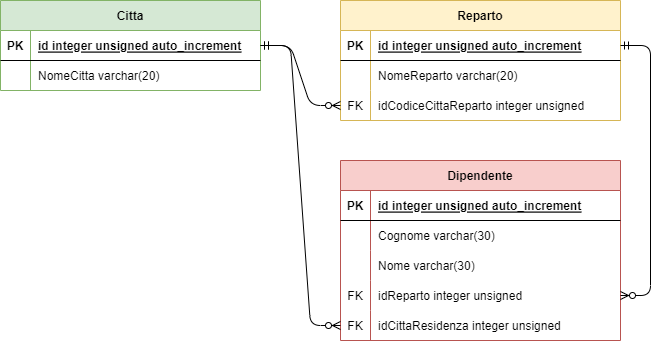
Before: AS_2023_2024/5IA/Informatica/CS01_7pag123/2.0/docs/er.drawio.png, a diagram exported from draw.io (CescoP81/GalileiOstiglia). Source tidied: cells renumbered, new cells last; positions are measured from the earlier drawing's top-left corner, leaving out a move shared by most shapes. Its diagram source:
```xml
<mxGraphModel background="#FFFFFF">
  <root>
    <mxCell id="0" />
    <mxCell id="1" parent="0" />
    <mxCell id="2" value="Reparto" style="shape=table;startSize=30;rowLines=0;fontStyle=1;align=center;fillColor=#fff2cc;strokeColor=#d6b656;" parent="1" vertex="1">
      <mxGeometry x="340" width="280" height="120" as="geometry" />
    </mxCell>
    <mxCell id="3" style="shape=tableRow;horizontal=0;startSize=0;swimlaneHead=0;swimlaneBody=0;fillColor=none;points=[[0,0.5],[1,0.5]];portConstraint=eastwest;top=0;left=0;right=0;bottom=1;" parent="2" vertex="1">
      <mxGeometry y="30" width="280" height="30" as="geometry" />
    </mxCell>
    <mxCell id="4" value="PK" style="shape=partialRectangle;fillColor=none;top=0;left=0;bottom=0;right=0;fontStyle=1;overflow=hidden;" parent="3" vertex="1">
      <mxGeometry width="30" height="30" as="geometry" />
    </mxCell>
    <mxCell id="5" value="id integer unsigned auto_increment" style="shape=partialRectangle;fillColor=none;top=0;left=0;bottom=0;right=0;align=left;spacingLeft=6;fontStyle=5;overflow=hidden;" parent="3" vertex="1">
      <mxGeometry x="30" width="250" height="30" as="geometry" />
    </mxCell>
    <mxCell id="6" style="shape=tableRow;horizontal=0;startSize=0;swimlaneHead=0;swimlaneBody=0;fillColor=none;top=0;left=0;right=0;bottom=0;" parent="2" vertex="1">
      <mxGeometry y="60" width="280" height="30" as="geometry" />
    </mxCell>
    <mxCell id="7" style="shape=partialRectangle;fillColor=none;top=0;left=0;bottom=0;right=0;overflow=hidden;" parent="6" vertex="1">
      <mxGeometry width="30" height="30" as="geometry" />
    </mxCell>
    <mxCell id="8" value="NomeReparto varchar(20)" style="shape=partialRectangle;fillColor=none;top=0;left=0;bottom=0;right=0;align=left;spacingLeft=6;overflow=hidden;" parent="6" vertex="1">
      <mxGeometry x="30" width="250" height="30" as="geometry" />
    </mxCell>
    <mxCell id="9" style="shape=tableRow;horizontal=0;startSize=0;swimlaneHead=0;swimlaneBody=0;fillColor=none;points=[[0,0.5],[1,0.5]];portConstraint=eastwest;top=0;left=0;right=0;bottom=0;" parent="2" vertex="1">
      <mxGeometry y="90" width="280" height="30" as="geometry" />
    </mxCell>
    <mxCell id="10" value="FK" style="shape=partialRectangle;fillColor=none;top=0;left=0;bottom=0;right=0;fontStyle=0;overflow=hidden;" parent="9" vertex="1">
      <mxGeometry width="30" height="30" as="geometry" />
    </mxCell>
    <mxCell id="11" value="idCodiceCittaReparto integer unsigned" style="shape=partialRectangle;fillColor=none;top=0;left=0;bottom=0;right=0;align=left;spacingLeft=6;fontStyle=0;overflow=hidden;" parent="9" vertex="1">
      <mxGeometry x="30" width="250" height="30" as="geometry" />
    </mxCell>
    <mxCell id="12" value="Citta" style="shape=table;startSize=30;rowLines=0;fontStyle=1;align=center;fillColor=#d5e8d4;strokeColor=#82b366;" parent="1" vertex="1">
      <mxGeometry width="260" height="90" as="geometry" />
    </mxCell>
    <mxCell id="13" style="shape=tableRow;horizontal=0;startSize=0;swimlaneHead=0;swimlaneBody=0;fillColor=none;points=[[0,0.5],[1,0.5]];portConstraint=eastwest;top=0;left=0;right=0;bottom=1;" parent="12" vertex="1">
      <mxGeometry y="30" width="260" height="30" as="geometry" />
    </mxCell>
    <mxCell id="14" value="PK" style="shape=partialRectangle;fillColor=none;top=0;left=0;bottom=0;right=0;fontStyle=1;overflow=hidden;" parent="13" vertex="1">
      <mxGeometry width="30" height="30" as="geometry" />
    </mxCell>
    <mxCell id="15" value="id integer unsigned auto_increment" style="shape=partialRectangle;fillColor=none;top=0;left=0;bottom=0;right=0;align=left;spacingLeft=6;fontStyle=5;overflow=hidden;" parent="13" vertex="1">
      <mxGeometry x="30" width="230" height="30" as="geometry" />
    </mxCell>
    <mxCell id="16" style="shape=tableRow;horizontal=0;startSize=0;swimlaneHead=0;swimlaneBody=0;fillColor=none;top=0;left=0;right=0;bottom=0;" parent="12" vertex="1">
      <mxGeometry y="60" width="260" height="30" as="geometry" />
    </mxCell>
    <mxCell id="17" style="shape=partialRectangle;fillColor=none;top=0;left=0;bottom=0;right=0;overflow=hidden;" parent="16" vertex="1">
      <mxGeometry width="30" height="30" as="geometry" />
    </mxCell>
    <mxCell id="18" value="NomeCitta varchar(20)" style="shape=partialRectangle;fillColor=none;top=0;left=0;bottom=0;right=0;align=left;spacingLeft=6;overflow=hidden;" parent="16" vertex="1">
      <mxGeometry x="30" width="230" height="30" as="geometry" />
    </mxCell>
    <mxCell id="19" value="Dipendente" style="shape=table;startSize=30;rowLines=0;fontStyle=1;align=center;fillColor=#f8cecc;strokeColor=#b85450;" parent="1" vertex="1">
      <mxGeometry x="340" y="160" width="280" height="180" as="geometry" />
    </mxCell>
    <mxCell id="20" style="shape=tableRow;horizontal=0;startSize=0;swimlaneHead=0;swimlaneBody=0;fillColor=none;top=0;left=0;right=0;bottom=1;" parent="19" vertex="1">
      <mxGeometry y="30" width="280" height="30" as="geometry" />
    </mxCell>
    <mxCell id="21" value="PK" style="shape=partialRectangle;fillColor=none;top=0;left=0;bottom=0;right=0;fontStyle=1;overflow=hidden;" parent="20" vertex="1">
      <mxGeometry width="30" height="30" as="geometry" />
    </mxCell>
    <mxCell id="22" value="id integer unsigned auto_increment" style="shape=partialRectangle;fillColor=none;top=0;left=0;bottom=0;right=0;align=left;spacingLeft=6;fontStyle=5;overflow=hidden;" parent="20" vertex="1">
      <mxGeometry x="30" width="250" height="30" as="geometry" />
    </mxCell>
    <mxCell id="23" style="shape=tableRow;horizontal=0;startSize=0;swimlaneHead=0;swimlaneBody=0;fillColor=none;top=0;left=0;right=0;bottom=0;" parent="19" vertex="1">
      <mxGeometry y="60" width="280" height="30" as="geometry" />
    </mxCell>
    <mxCell id="24" style="shape=partialRectangle;fillColor=none;top=0;left=0;bottom=0;right=0;overflow=hidden;" parent="23" vertex="1">
      <mxGeometry width="30" height="30" as="geometry" />
    </mxCell>
    <mxCell id="25" value="Cognome varchar(30)" style="shape=partialRectangle;fillColor=none;top=0;left=0;bottom=0;right=0;align=left;spacingLeft=6;overflow=hidden;" parent="23" vertex="1">
      <mxGeometry x="30" width="250" height="30" as="geometry" />
    </mxCell>
    <mxCell id="26" style="shape=tableRow;horizontal=0;startSize=0;swimlaneHead=0;swimlaneBody=0;fillColor=none;top=0;left=0;right=0;bottom=0;" parent="19" vertex="1">
      <mxGeometry y="90" width="280" height="30" as="geometry" />
    </mxCell>
    <mxCell id="27" style="shape=partialRectangle;fillColor=none;top=0;left=0;bottom=0;right=0;overflow=hidden;" parent="26" vertex="1">
      <mxGeometry width="30" height="30" as="geometry" />
    </mxCell>
    <mxCell id="28" value="Nome varchar(30)" style="shape=partialRectangle;fillColor=none;top=0;left=0;bottom=0;right=0;align=left;spacingLeft=6;overflow=hidden;" parent="26" vertex="1">
      <mxGeometry x="30" width="250" height="30" as="geometry" />
    </mxCell>
    <mxCell id="29" style="shape=tableRow;horizontal=0;startSize=0;swimlaneHead=0;swimlaneBody=0;fillColor=none;points=[[0,0.5],[1,0.5]];portConstraint=eastwest;top=0;left=0;right=0;bottom=0;" parent="19" vertex="1">
      <mxGeometry y="120" width="280" height="30" as="geometry" />
    </mxCell>
    <mxCell id="30" value="FK" style="shape=partialRectangle;fillColor=none;top=0;left=0;bottom=0;right=0;fontStyle=0;overflow=hidden;" parent="29" vertex="1">
      <mxGeometry width="30" height="30" as="geometry" />
    </mxCell>
    <mxCell id="31" value="idReparto integer unsigned" style="shape=partialRectangle;fillColor=none;top=0;left=0;bottom=0;right=0;align=left;spacingLeft=6;fontStyle=0;overflow=hidden;" parent="29" vertex="1">
      <mxGeometry x="30" width="250" height="30" as="geometry" />
    </mxCell>
    <mxCell id="32" style="shape=tableRow;horizontal=0;startSize=0;swimlaneHead=0;swimlaneBody=0;fillColor=none;points=[[0,0.5],[1,0.5]];portConstraint=eastwest;top=0;left=0;right=0;bottom=0;" parent="19" vertex="1">
      <mxGeometry y="150" width="280" height="30" as="geometry" />
    </mxCell>
    <mxCell id="33" value="FK" style="shape=partialRectangle;fillColor=none;top=0;left=0;bottom=0;right=0;fontStyle=0;overflow=hidden;" parent="32" vertex="1">
      <mxGeometry width="30" height="30" as="geometry" />
    </mxCell>
    <mxCell id="34" value="idCittaResidenza integer unsigned" style="shape=partialRectangle;fillColor=none;top=0;left=0;bottom=0;right=0;align=left;spacingLeft=6;fontStyle=0;overflow=hidden;" parent="32" vertex="1">
      <mxGeometry x="30" width="250" height="30" as="geometry" />
    </mxCell>
    <mxCell id="35" style="edgeStyle=entityRelationEdgeStyle;fontSize=12;html=1;endArrow=ERzeroToMany;startArrow=ERmandOne;exitX=1;exitY=0.5;exitDx=0;exitDy=0;entryX=0;entryY=0.5;entryDx=0;entryDy=0;" parent="1" edge="1" source="13" target="9">
      <mxGeometry relative="1" as="geometry" />
    </mxCell>
    <mxCell id="36" style="edgeStyle=entityRelationEdgeStyle;fontSize=12;html=1;endArrow=ERzeroToMany;startArrow=ERmandOne;exitX=1;exitY=0.5;exitDx=0;exitDy=0;entryX=0;entryY=0.5;entryDx=0;entryDy=0;" parent="1" edge="1" source="13" target="32">
      <mxGeometry relative="1" as="geometry" />
    </mxCell>
    <mxCell id="37" style="edgeStyle=entityRelationEdgeStyle;fontSize=12;html=1;endArrow=ERzeroToMany;startArrow=ERmandOne;exitX=1;exitY=0.5;exitDx=0;exitDy=0;entryX=1;entryY=0.5;entryDx=0;entryDy=0;" parent="1" edge="1" source="3" target="29">
      <mxGeometry relative="1" as="geometry" />
    </mxCell>
  </root>
</mxGraphModel>
```
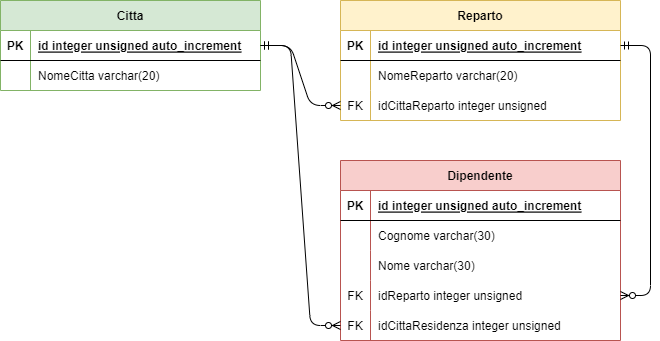
The same file after the commit.

What changed in the source:
```diff
@@ -29,7 +29,7 @@
     <mxCell id="10" value="FK" style="shape=partialRectangle;fillColor=none;top=0;left=0;bottom=0;right=0;fontStyle=0;overflow=hidden;" parent="9" vertex="1">
       <mxGeometry width="30" height="30" as="geometry" />
     </mxCell>
-    <mxCell id="11" value="idCodiceCittaReparto integer unsigned" style="shape=partialRectangle;fillColor=none;top=0;left=0;bottom=0;right=0;align=left;spacingLeft=6;fontStyle=0;overflow=hidden;" parent="9" vertex="1">
+    <mxCell id="11" value="idCittaReparto integer unsigned" style="shape=partialRectangle;fillColor=none;top=0;left=0;bottom=0;right=0;align=left;spacingLeft=6;fontStyle=0;overflow=hidden;" parent="9" vertex="1">
       <mxGeometry x="30" width="250" height="30" as="geometry" />
     </mxCell>
     <mxCell id="12" value="Citta" style="shape=table;startSize=30;rowLines=0;fontStyle=1;align=center;fillColor=#d5e8d4;strokeColor=#82b366;" parent="1" vertex="1">
```
